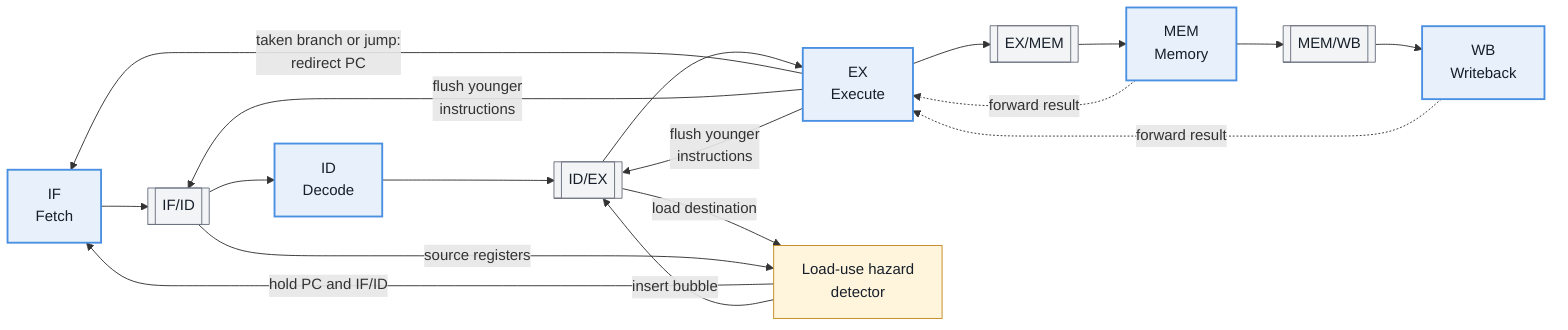
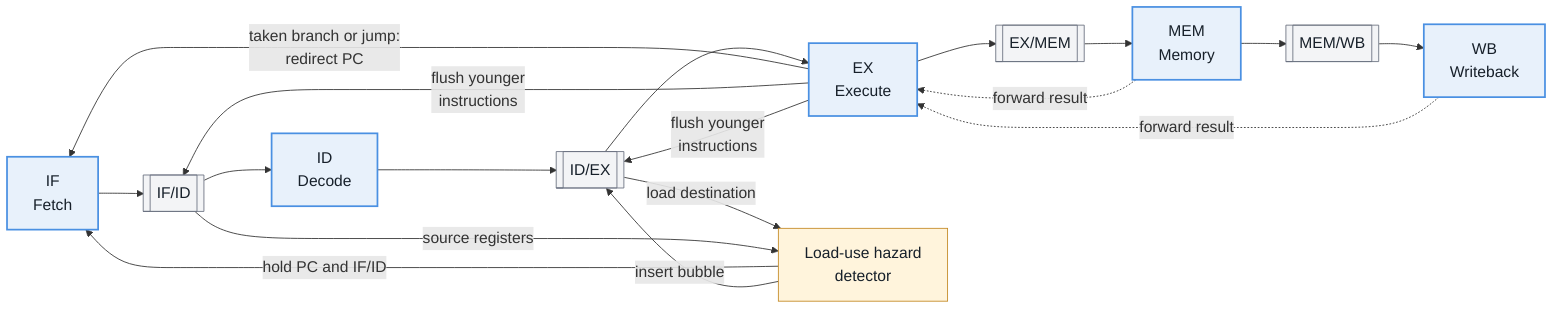
+ %%{init: {"themeVariables": {"fontSize": "18px", "fontFamily": "Arial"}, "flowchart": {"nodeSpacing": 38, "rankSpacing": 52}}}%%
flowchart LR
    IF[IF<br/>Fetch] --> R1[[IF/ID]] --> ID[ID<br/>Decode] --> R2[[ID/EX]] --> EX[EX<br/>Execute] --> R3[[EX/MEM]] --> MEM[MEM<br/>Memory] --> R4[[MEM/WB]] --> WB[WB<br/>Writeback]

    MEM -. "forward result" .-> EX
    WB -. "forward result" .-> EX

    EX -->|taken branch or jump:<br/>redirect PC| IF
    EX -->|flush younger<br/>instructions| R1
    EX -->|flush younger<br/>instructions| R2

    H[Load-use hazard<br/>detector] -->|hold PC and IF/ID| IF
    H -->|insert bubble| R2
    R2 -->|load destination| H
    R1 -->|source registers| H

    classDef stage fill:#e8f1fb,stroke:#4a90e2,stroke-width:2px,color:#17202a;
    classDef reg fill:#f3f4f6,stroke:#6b7280,color:#17202a;
    classDef hazard fill:#fff4dc,stroke:#c48a25,color:#17202a;
    class IF,ID,EX,MEM,WB stage;
    class R1,R2,R3,R4 reg;
    class H hazard;
